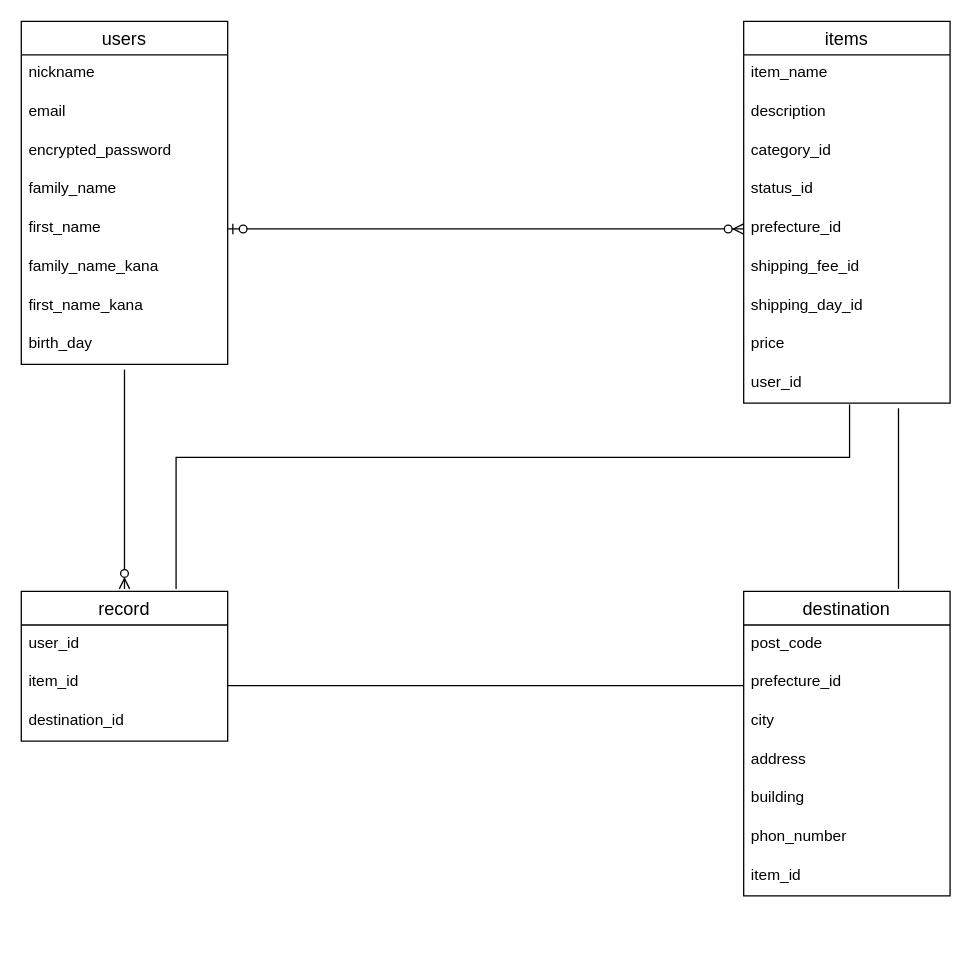
The draw.io diagram FIRIMA.dio in kotaro0809/furima-38305, before the edit. Source tidied: cells renumbered, new cells numbered last; positions are measured from the earlier drawing's top-left corner, leaving out a move shared by most shapes. Both pictures are drawn from the tidied source at 129%, with x=0, y=0 at pixel (21, 21).
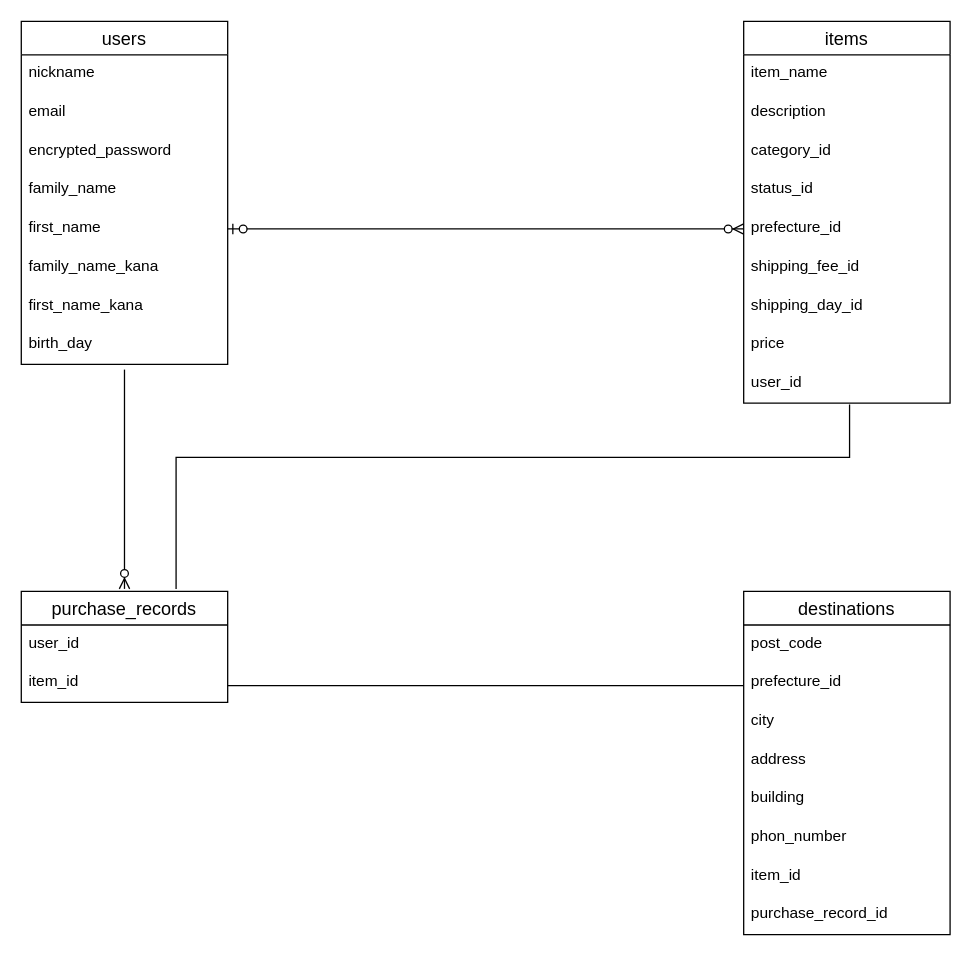
The same diagram, later.

Commit message:
ER図修正　３回目

The change refers to these unchanged cells:
```xml
<mxCell id="20" value="user_id" style="text;strokeColor=none;fillColor=none;spacingLeft=4;spacingRight=4;overflow=hidden;points=[[0,0.5],[1,0.5]];portConstraint=eastwest;fontSize=12;" parent="11" vertex="1">
  <mxGeometry y="266" width="160" height="30" as="geometry" />
</mxCell>
```

The edit, as a diff of the source:
```diff
@@
-    <mxCell id="21" value="destination" style="swimlane;fontStyle=0;horizontal=1;startSize=26;align=center;fontSize=14;fontFamily=Helvetica;fontColor=default;" parent="1" vertex="1">
-      <mxGeometry x="560" y="442" width="160" height="236" as="geometry" />
+    <mxCell id="21" value="destinations" style="swimlane;fontStyle=0;horizontal=1;startSize=26;align=center;fontSize=14;fontFamily=Helvetica;fontColor=default;" parent="1" vertex="1">
+      <mxGeometry x="560" y="442" width="160" height="266" as="geometry" />
     </mxCell>
@@
+    <mxCell id="38" value="item_id" style="text;strokeColor=none;fillColor=none;spacingLeft=4;spacingRight=4;overflow=hidden;fontSize=12;fontFamily=Helvetica;fontColor=default;" parent="21" vertex="1">
+      <mxGeometry y="206" width="160" height="30" as="geometry" />
+    </mxCell>
-    <mxCell id="28" value="item_id" style="text;strokeColor=none;fillColor=none;spacingLeft=4;spacingRight=4;overflow=hidden;fontSize=12;fontFamily=Helvetica;fontColor=default;" parent="21" vertex="1">
-      <mxGeometry y="206" width="160" height="30" as="geometry" />
+    <mxCell id="28" value="purchase_record_id" style="text;strokeColor=none;fillColor=none;spacingLeft=4;spacingRight=4;overflow=hidden;fontSize=12;fontFamily=Helvetica;fontColor=default;" parent="21" vertex="1">
+      <mxGeometry y="236" width="160" height="30" as="geometry" />
     </mxCell>
@@
-    <mxCell id="30" value="record" style="swimlane;fontStyle=0;horizontal=1;startSize=26;align=center;fontSize=14;" parent="1" vertex="1">
-      <mxGeometry y="442" width="160" height="116" as="geometry" />
+    <mxCell id="30" value="purchase_records" style="swimlane;fontStyle=0;horizontal=1;startSize=26;align=center;fontSize=14;" parent="1" vertex="1">
+      <mxGeometry y="442" width="160" height="86" as="geometry" />
     </mxCell>
@@
-    <mxCell id="33" value="destination_id" style="text;strokeColor=none;fillColor=none;spacingLeft=4;spacingRight=4;overflow=hidden;fontSize=12;" parent="30" vertex="1">
-      <mxGeometry y="86" width="160" height="30" as="geometry" />
-    </mxCell>
@@
-    <mxCell id="37" style="endArrow=none;html=1;rounded=0;elbow=vertical;entryX=0.75;entryY=1.133;entryDx=0;entryDy=0;entryPerimeter=0;" parent="1" edge="1" target="20">
-      <mxGeometry relative="1" as="geometry">
-        <mxPoint x="680" y="440" as="sourcePoint" />
-        <Array as="points">
-          <mxPoint x="680" y="380" />
-          <mxPoint x="680" y="360" />
-        </Array>
-      </mxGeometry>
-    </mxCell>
```
